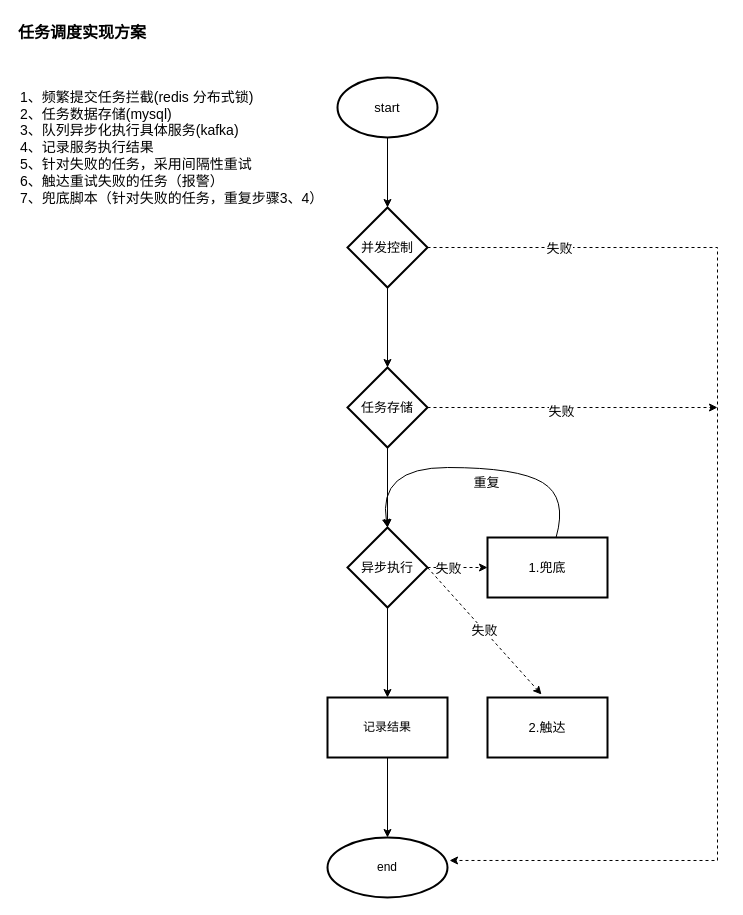
felixfong/illustrations keeps this draw.io diagram as png/server async Diagram.drawio. Above is the earlier version. Source tidied: cells renumbered, new cells numbered last; positions are measured from the earlier drawing's top-left corner, leaving out a move shared by most shapes. Both pictures are drawn from the tidied source at 100%, with x=0, y=0 at pixel (17, 17).
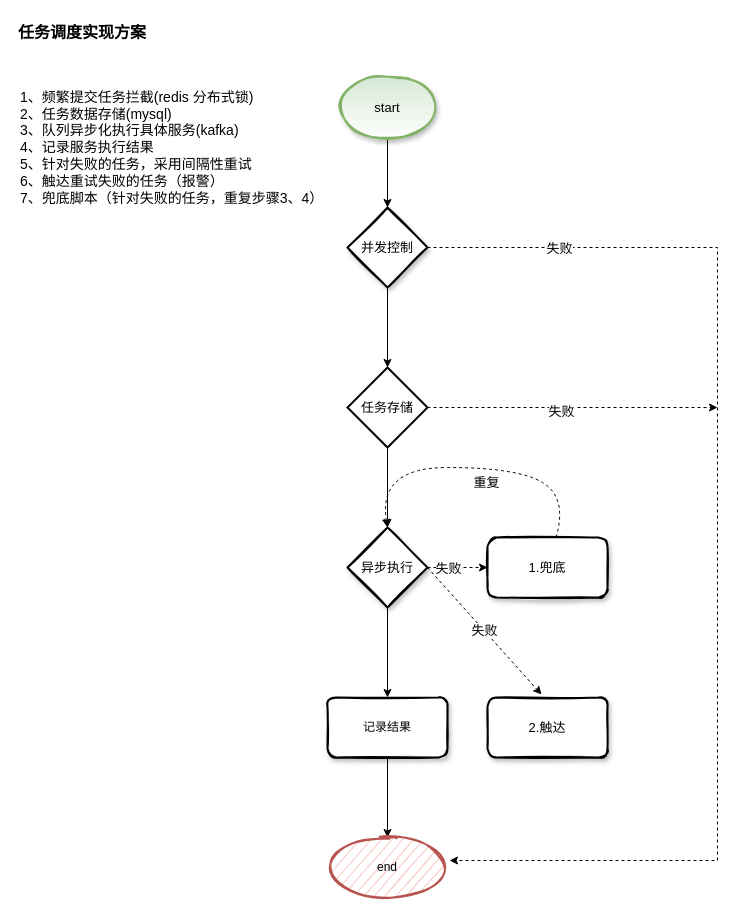
After the change.

Change to the diagram source:
```diff
@@
-    <mxCell id="3" value="start" style="strokeWidth=2;html=1;shape=mxgraph.flowchart.start_1;whiteSpace=wrap;fontSize=13;" parent="1" vertex="1">
+    <mxCell id="3" value="start" style="strokeWidth=2;html=1;shape=mxgraph.flowchart.start_1;whiteSpace=wrap;fontSize=13;fillColor=#d5e8d4;strokeColor=#82b366;gradientColor=#ffffff;sketch=1;shadow=1;" parent="1" vertex="1">
       <mxGeometry x="320" y="60" width="100" height="60" as="geometry" />
     </mxCell>
@@
-    <mxCell id="6" value="并发控制" style="rhombus;whiteSpace=wrap;html=1;strokeWidth=2;fontSize=13;" parent="1" vertex="1">
+    <mxCell id="6" value="并发控制" style="rhombus;whiteSpace=wrap;html=1;strokeWidth=2;fontSize=13;shadow=1;rounded=0;sketch=1;" parent="1" vertex="1">
       <mxGeometry x="330" y="190" width="80" height="80" as="geometry" />
     </mxCell>
@@
-    <mxCell id="13" value="异步执行" style="rhombus;whiteSpace=wrap;html=1;strokeWidth=2;fontSize=13;" parent="1" vertex="1">
+    <mxCell id="13" value="异步执行" style="rhombus;whiteSpace=wrap;html=1;strokeWidth=2;fontSize=13;shadow=1;sketch=1;" parent="1" vertex="1">
       <mxGeometry x="330" y="510" width="80" height="80" as="geometry" />
     </mxCell>
-    <mxCell id="14" value="1.兜底" style="whiteSpace=wrap;html=1;strokeWidth=2;fontSize=13;" parent="1" vertex="1">
+    <mxCell id="14" value="1.兜底" style="whiteSpace=wrap;html=1;strokeWidth=2;fontSize=13;rounded=1;shadow=1;sketch=1;" parent="1" vertex="1">
       <mxGeometry x="470" y="520" width="120" height="60" as="geometry" />
     </mxCell>
@@
-    <mxCell id="16" value="记录结果" style="whiteSpace=wrap;html=1;strokeWidth=2;" parent="1" vertex="1">
+    <mxCell id="16" value="记录结果" style="whiteSpace=wrap;html=1;strokeWidth=2;shadow=1;sketch=1;glass=0;rounded=1;" parent="1" vertex="1">
       <mxGeometry x="310" y="680" width="120" height="60" as="geometry" />
     </mxCell>
-    <mxCell id="17" value="end" style="ellipse;whiteSpace=wrap;html=1;strokeWidth=2;" parent="1" vertex="1">
+    <mxCell id="17" value="end" style="ellipse;whiteSpace=wrap;html=1;strokeWidth=2;fillColor=#f8cecc;strokeColor=#b85450;sketch=1;shadow=0;" parent="1" vertex="1">
       <mxGeometry x="310" y="820" width="120" height="60" as="geometry" />
     </mxCell>
-    <mxCell id="18" style="curved=1;endArrow=classic;html=1;rounded=0;entryX=0.5;entryY=0;entryDx=0;entryDy=0;fontSize=13;" parent="1" edge="1" source="14" target="13">
+    <mxCell id="18" style="curved=1;endArrow=classic;html=1;rounded=0;entryX=0.5;entryY=0;entryDx=0;entryDy=0;fontSize=13;dashed=1;" parent="1" edge="1" source="14" target="13">
       <mxGeometry relative="1" as="geometry">
         <Array as="points">
           <mxPoint x="550" y="480" />
           <mxPoint x="500" y="450" />
           <mxPoint x="360" y="450" />
         </Array>
       </mxGeometry>
     </mxCell>
@@
-    <mxCell id="24" value="2.触达" style="whiteSpace=wrap;html=1;strokeWidth=2;fontSize=13;" parent="1" vertex="1">
+    <mxCell id="24" value="2.触达" style="whiteSpace=wrap;html=1;strokeWidth=2;fontSize=13;rounded=1;shadow=1;sketch=1;" parent="1" vertex="1">
       <mxGeometry x="470" y="680" width="120" height="60" as="geometry" />
     </mxCell>
```
